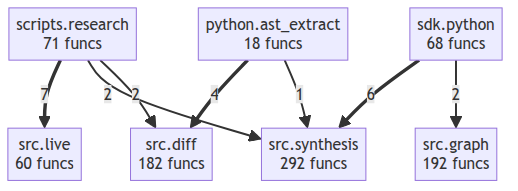
Above: project/compact_flow.png in autogrammar/todo2code (Mermaid), before the change. Its source is kept beside it as project/compact_flow.mmd.
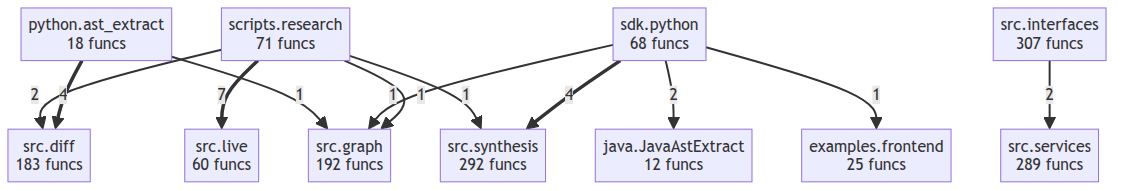
Above is the later version.

The edit, as a diff of the source:
```diff
@@ -1,15 +1,23 @@
 flowchart TD
+    examples__frontend["examples.frontend<br/>25 funcs"]
+    java__JavaAstExtract["java.JavaAstExtract<br/>12 funcs"]
     python__ast_extract["python.ast_extract<br/>18 funcs"]
     scripts__research["scripts.research<br/>71 funcs"]
     sdk__python["sdk.python<br/>68 funcs"]
-    src__diff["src.diff<br/>182 funcs"]
+    src__diff["src.diff<br/>183 funcs"]
     src__graph["src.graph<br/>192 funcs"]
+    src__interfaces["src.interfaces<br/>307 funcs"]
     src__live["src.live<br/>60 funcs"]
+    src__services["src.services<br/>289 funcs"]
     src__synthesis["src.synthesis<br/>292 funcs"]
     scripts__research ==>|7| src__live
-    sdk__python ==>|6| src__synthesis
+    sdk__python ==>|4| src__synthesis
     python__ast_extract ==>|4| src__diff
-    sdk__python -->|2| src__graph
-    scripts__research -->|2| src__synthesis
+    src__interfaces -->|2| src__services
     scripts__research -->|2| src__diff
-    python__ast_extract -->|1| src__synthesis
+    sdk__python -->|2| java__JavaAstExtract
+    scripts__research -->|1| src__graph
+    scripts__research -->|1| src__synthesis
+    sdk__python -->|1| src__graph
+    python__ast_extract -->|1| src__graph
+    sdk__python -->|1| examples__frontend
```
